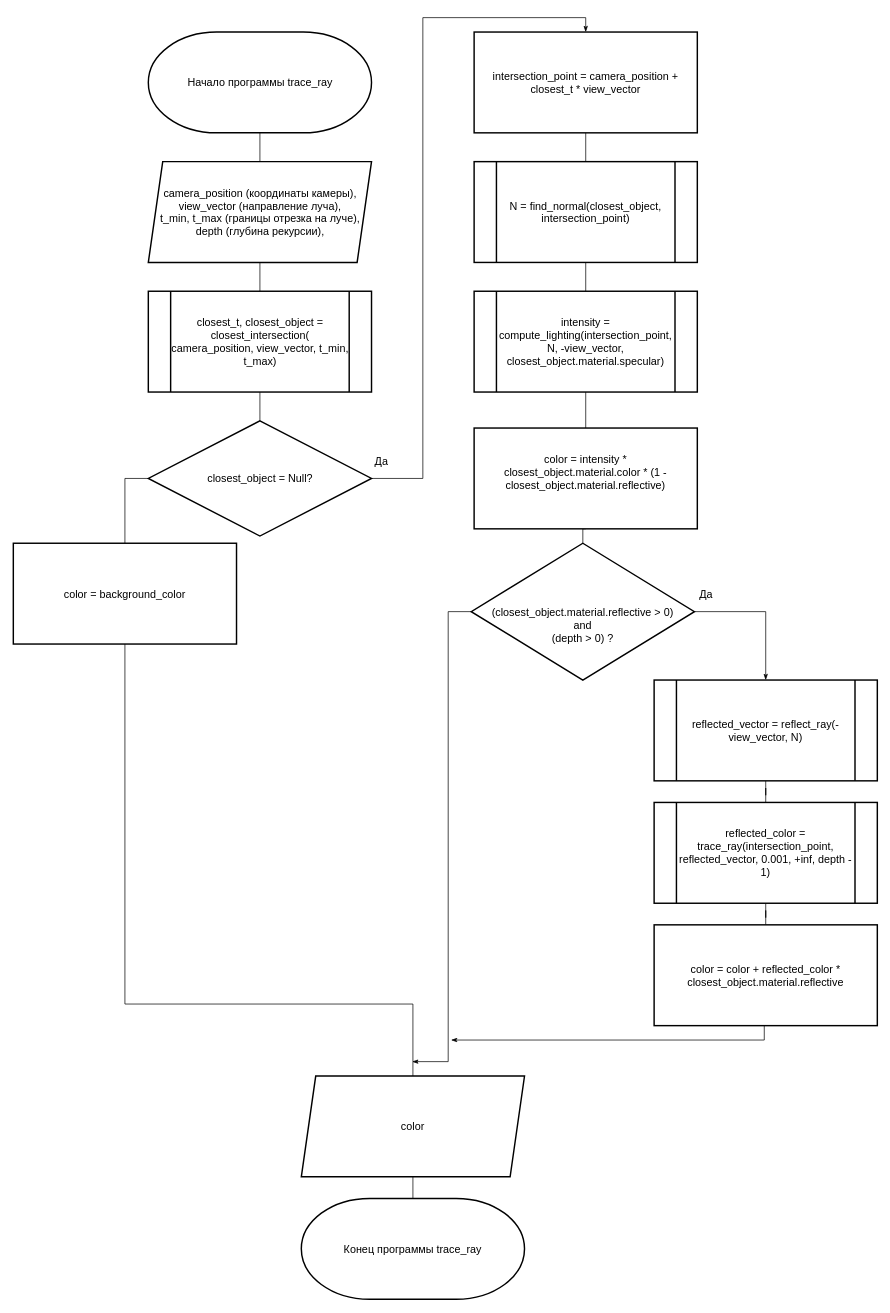
Earlier version of the draw.io diagram docs/Диаграмма трассировки новая.drawio (alena-zayts/BMSTU_5sem_computer_graphics_course_project). Source tidied: cells renumbered, new cells numbered last; positions are measured from the earlier drawing's top-left corner, leaving out a move shared by most shapes. Both pictures are drawn from the tidied source at 72%, with x=0, y=0 at pixel (13, 32).
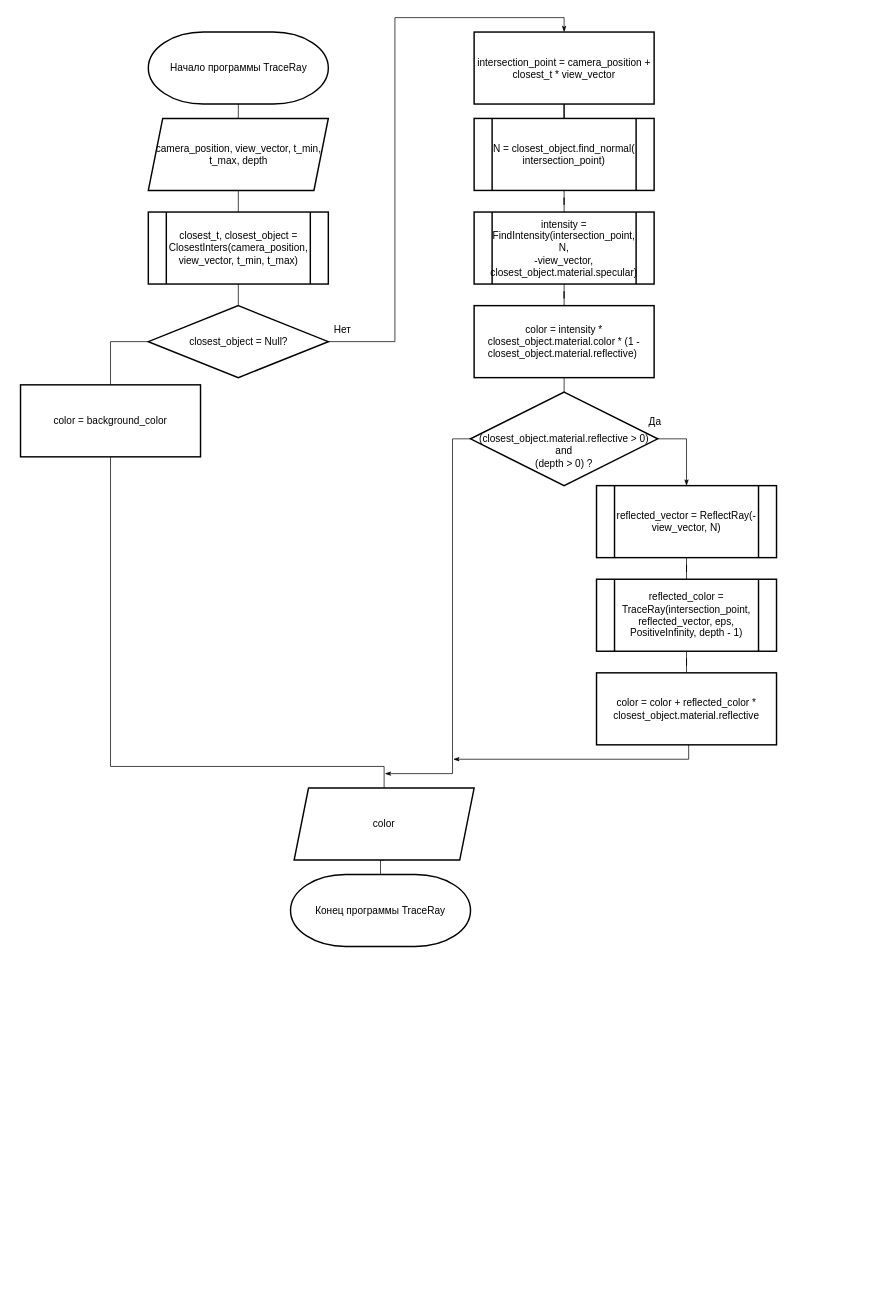
Above is the later version.

What changed in the source:
```diff
@@
-    <mxCell id="2" style="edgeStyle=orthogonalEdgeStyle;rounded=0;jettySize=auto;html=1;exitX=0.5;exitY=1;exitDx=0;exitDy=0;exitPerimeter=0;entryX=0.5;entryY=0;entryDx=0;entryDy=0;endArrow=none;endFill=0;" parent="1" edge="1" source="3" target="17">
+    <mxCell id="2" style="edgeStyle=orthogonalEdgeStyle;rounded=0;jettySize=auto;html=1;exitX=0.5;exitY=1;exitDx=0;exitDy=0;exitPerimeter=0;entryX=0.5;entryY=0;entryDx=0;entryDy=0;endArrow=none;endFill=0;fontSize=14;" parent="1" edge="1" source="3" target="17">
       <mxGeometry relative="1" as="geometry" />
     </mxCell>
-    <mxCell id="3" value="Начало программы trace_ray" style="strokeWidth=2;html=1;shape=mxgraph.flowchart.terminator;whiteSpace=wrap;fontSize=15;" parent="1" vertex="1">
-      <mxGeometry x="187.5" width="310" height="140" as="geometry" />
+    <mxCell id="3" value="Начало программы TraceRay" style="strokeWidth=2;html=1;shape=mxgraph.flowchart.terminator;whiteSpace=wrap;fontSize=14;" parent="1" vertex="1">
+      <mxGeometry x="187.5" width="250" height="100" as="geometry" />
     </mxCell>
-    <mxCell id="4" style="edgeStyle=orthogonalEdgeStyle;rounded=0;jettySize=auto;html=1;exitX=1;exitY=0.5;exitDx=0;exitDy=0;entryX=0.5;entryY=0;entryDx=0;entryDy=0;endArrow=classicThin;endFill=1;startArrow=none;startFill=0;" parent="1" edge="1" source="8" target="12">
-      <mxGeometry relative="1" as="geometry" />
+    <mxCell id="4" style="edgeStyle=orthogonalEdgeStyle;rounded=0;jettySize=auto;html=1;exitX=1;exitY=0.5;exitDx=0;exitDy=0;entryX=0.5;entryY=0;entryDx=0;entryDy=0;endArrow=classicThin;endFill=1;startArrow=none;startFill=0;fontSize=14;" parent="1" edge="1" source="8" target="12">
+      <mxGeometry relative="1" as="geometry">
+        <Array as="points">
+          <mxPoint x="530" y="430" />
+          <mxPoint x="530" y="-20" />
+          <mxPoint x="765" y="-20" />
+        </Array>
+      </mxGeometry>
     </mxCell>
-    <mxCell id="5" value="Да" style="edgeLabel;html=1;align=center;verticalAlign=middle;fontSize=15;" parent="4" vertex="1">
+    <mxCell id="5" value="Нет" style="edgeLabel;html=1;align=center;verticalAlign=middle;fontSize=14;" parent="4" vertex="1">
       <mxGeometry x="-0.56" y="1" relative="1" as="geometry">
-        <mxPoint x="-57.8" y="114.7" as="offset" />
+        <mxPoint x="-72.7" y="65.2" as="offset" />
       </mxGeometry>
     </mxCell>
-    <mxCell id="6" style="edgeStyle=orthogonalEdgeStyle;rounded=0;jettySize=auto;html=1;exitX=0;exitY=0.5;exitDx=0;exitDy=0;entryX=0.5;entryY=0;entryDx=0;entryDy=0;startArrow=none;startFill=0;endArrow=none;endFill=0;" parent="1" edge="1" source="8" target="10">
+    <mxCell id="6" style="edgeStyle=orthogonalEdgeStyle;rounded=0;jettySize=auto;html=1;exitX=0;exitY=0.5;exitDx=0;exitDy=0;entryX=0.5;entryY=0;entryDx=0;entryDy=0;startArrow=none;startFill=0;endArrow=none;endFill=0;fontSize=14;" parent="1" edge="1" source="8" target="10">
       <mxGeometry relative="1" as="geometry" />
     </mxCell>
-    <mxCell id="7" style="edgeStyle=orthogonalEdgeStyle;rounded=0;jettySize=auto;html=1;exitX=0.5;exitY=0;exitDx=0;exitDy=0;entryX=0.5;entryY=1;entryDx=0;entryDy=0;endArrow=none;endFill=0;" parent="1" edge="1" source="8" target="21">
+    <mxCell id="7" style="edgeStyle=orthogonalEdgeStyle;rounded=0;jettySize=auto;html=1;exitX=0.5;exitY=0;exitDx=0;exitDy=0;entryX=0.5;entryY=1;entryDx=0;entryDy=0;endArrow=none;endFill=0;fontSize=14;" parent="1" edge="1" source="8" target="21">
       <mxGeometry relative="1" as="geometry" />
     </mxCell>
-    <mxCell id="8" value="closest_object = Null?" style="rhombus;whiteSpace=wrap;html=1;strokeWidth=2;fontSize=15;" parent="1" vertex="1">
-      <mxGeometry x="187.5" y="540" width="310" height="160" as="geometry" />
+    <mxCell id="8" value="closest_object = Null?" style="rhombus;whiteSpace=wrap;html=1;strokeWidth=2;fontSize=14;" parent="1" vertex="1">
+      <mxGeometry x="187.5" y="380" width="250" height="100" as="geometry" />
     </mxCell>
-    <mxCell id="9" style="edgeStyle=orthogonalEdgeStyle;rounded=0;jettySize=auto;html=1;exitX=0.5;exitY=1;exitDx=0;exitDy=0;entryX=0.5;entryY=0;entryDx=0;entryDy=0;endArrow=none;endFill=0;fontSize=15;" parent="1" edge="1" target="19">
+    <mxCell id="9" style="edgeStyle=orthogonalEdgeStyle;rounded=0;jettySize=auto;html=1;exitX=0.5;exitY=1;exitDx=0;exitDy=0;entryX=0.5;entryY=0;entryDx=0;entryDy=0;endArrow=none;endFill=0;fontSize=14;" parent="1" edge="1" source="10" target="19">
       <mxGeometry relative="1" as="geometry">
-        <mxPoint x="155" y="800" as="sourcePoint" />
         <Array as="points">
-          <mxPoint x="155" y="1350" />
-          <mxPoint x="555" y="1350" />
+          <mxPoint x="135" y="1020" />
+          <mxPoint x="515" y="1020" />
         </Array>
       </mxGeometry>
     </mxCell>
-    <mxCell id="10" value="color = background_color" style="rounded=0;whiteSpace=wrap;html=1;strokeWidth=2;fontSize=15;" parent="1" vertex="1">
-      <mxGeometry y="710" width="310" height="140" as="geometry" />
+    <mxCell id="10" value="color = background_color" style="rounded=0;whiteSpace=wrap;html=1;strokeWidth=2;fontSize=14;" parent="1" vertex="1">
+      <mxGeometry x="10" y="490" width="250" height="100" as="geometry" />
     </mxCell>
-    <mxCell id="11" style="edgeStyle=orthogonalEdgeStyle;rounded=0;jettySize=auto;html=1;entryX=0.5;entryY=0;entryDx=0;entryDy=0;endArrow=none;endFill=0;fontSize=15;" parent="1" edge="1" source="12" target="23">
+    <mxCell id="11" style="edgeStyle=orthogonalEdgeStyle;rounded=0;jettySize=auto;html=1;entryX=0.5;entryY=0;entryDx=0;entryDy=0;endArrow=none;endFill=0;fontSize=14;" parent="1" edge="1" source="12" target="23">
       <mxGeometry relative="1" as="geometry" />
     </mxCell>
-    <mxCell id="12" value="intersection_point = camera_position + closest_t * view_vector" style="rounded=0;whiteSpace=wrap;html=1;strokeWidth=2;fontSize=15;" parent="1" vertex="1">
-      <mxGeometry x="640" width="310" height="140" as="geometry" />
+    <mxCell id="12" value="intersection_point = camera_position + closest_t * view_vector" style="rounded=0;whiteSpace=wrap;html=1;strokeWidth=2;fontSize=14;" parent="1" vertex="1">
+      <mxGeometry x="640" width="250" height="100" as="geometry" />
     </mxCell>
-    <mxCell id="13" style="edgeStyle=orthogonalEdgeStyle;rounded=0;jettySize=auto;html=1;exitX=0;exitY=0.5;exitDx=0;exitDy=0;endArrow=classicThin;endFill=1;fontSize=15;" parent="1" edge="1" source="14">
+    <mxCell id="13" style="edgeStyle=orthogonalEdgeStyle;rounded=0;orthogonalLoop=1;jettySize=auto;html=1;exitX=0;exitY=0.5;exitDx=0;exitDy=0;endArrow=classicThin;endFill=1;fontSize=14;" parent="1" edge="1">
       <mxGeometry relative="1" as="geometry">
-        <mxPoint x="554" y="1430" as="targetPoint" />
+        <mxPoint x="641" y="565" as="sourcePoint" />
+        <mxPoint x="516" y="1030" as="targetPoint" />
         <Array as="points">
-          <mxPoint x="604" y="805" />
-          <mxPoint x="604" y="1430" />
+          <mxPoint x="610" y="565" />
+          <mxPoint x="610" y="1030" />
         </Array>
       </mxGeometry>
     </mxCell>
-    <mxCell id="14" value="&lt;br&gt;&lt;br&gt;(closest_object.material.reflective &amp;gt; 0) &lt;br&gt;and&lt;br&gt;(depth &amp;gt; 0) ?" style="rhombus;whiteSpace=wrap;html=1;strokeWidth=2;fontSize=15;" parent="1" vertex="1">
-      <mxGeometry x="636" y="710" width="310" height="190" as="geometry" />
+    <mxCell id="14" value="&lt;br style=&quot;font-size: 14px;&quot;&gt;&lt;br style=&quot;font-size: 14px;&quot;&gt;(closest_object.material.reflective &amp;gt; 0) &lt;br style=&quot;font-size: 14px;&quot;&gt;and&lt;br style=&quot;font-size: 14px;&quot;&gt;(depth &amp;gt; 0) ?" style="rhombus;whiteSpace=wrap;html=1;strokeWidth=2;fontSize=14;" parent="1" vertex="1">
+      <mxGeometry x="635" y="500" width="260" height="130" as="geometry" />
     </mxCell>
-    <mxCell id="15" style="edgeStyle=orthogonalEdgeStyle;rounded=0;orthogonalLoop=1;jettySize=auto;html=1;exitX=0.5;exitY=1;exitDx=0;exitDy=0;startArrow=none;startFill=0;endArrow=classicThin;endFill=1;" parent="1" edge="1">
+    <mxCell id="15" style="edgeStyle=orthogonalEdgeStyle;rounded=0;orthogonalLoop=1;jettySize=auto;html=1;exitX=0.5;exitY=1;exitDx=0;exitDy=0;startArrow=none;startFill=0;endArrow=classicThin;endFill=1;fontSize=14;" parent="1" edge="1">
       <mxGeometry relative="1" as="geometry">
-        <mxPoint x="1043" y="1360" as="sourcePoint" />
-        <mxPoint x="608" y="1400" as="targetPoint" />
+        <mxPoint x="938" y="990" as="sourcePoint" />
+        <mxPoint x="611" y="1010" as="targetPoint" />
         <Array as="points">
-          <mxPoint x="1043" y="1400" />
-          <mxPoint x="608" y="1400" />
+          <mxPoint x="938" y="1010" />
+          <mxPoint x="611" y="1010" />
         </Array>
       </mxGeometry>
     </mxCell>
-    <mxCell id="16" value="Конец программы trace_ray" style="strokeWidth=2;html=1;shape=mxgraph.flowchart.terminator;whiteSpace=wrap;fontSize=15;" parent="1" vertex="1">
-      <mxGeometry x="400" y="1620" width="310" height="140" as="geometry" />
+    <mxCell id="16" value="Конец программы TraceRay" style="strokeWidth=2;html=1;shape=mxgraph.flowchart.terminator;whiteSpace=wrap;fontSize=14;" parent="1" vertex="1">
+      <mxGeometry x="385" y="1170" width="250" height="100" as="geometry" />
     </mxCell>
-    <mxCell id="17" value="camera_position (координаты камеры),&lt;br style=&quot;font-size: 15px;&quot;&gt;view_vector (направление луча), &lt;br style=&quot;font-size: 15px;&quot;&gt;t_min, t_max (границы отрезка на луче),&lt;br style=&quot;font-size: 15px;&quot;&gt;depth (глубина рекурсии), " style="shape=parallelogram;perimeter=parallelogramPerimeter;whiteSpace=wrap;html=1;fixedSize=1;strokeWidth=2;fontSize=15;" parent="1" vertex="1">
-      <mxGeometry x="187.5" y="180" width="310" height="140" as="geometry" />
+    <mxCell id="17" value="camera_position, view_vector, t_min, t_max,&amp;nbsp;depth" style="shape=parallelogram;perimeter=parallelogramPerimeter;whiteSpace=wrap;html=1;fixedSize=1;strokeWidth=2;fontSize=14;" parent="1" vertex="1">
+      <mxGeometry x="187.5" y="120" width="250" height="100" as="geometry" />
     </mxCell>
-    <mxCell id="18" style="edgeStyle=orthogonalEdgeStyle;rounded=0;jettySize=auto;html=1;exitX=0.5;exitY=1;exitDx=0;exitDy=0;entryX=0.5;entryY=0;entryDx=0;entryDy=0;entryPerimeter=0;endArrow=none;endFill=0;fontSize=15;" parent="1" edge="1" source="19" target="16">
+    <mxCell id="18" style="edgeStyle=orthogonalEdgeStyle;rounded=0;jettySize=auto;html=1;exitX=0.5;exitY=1;exitDx=0;exitDy=0;entryX=0.5;entryY=0;entryDx=0;entryDy=0;entryPerimeter=0;endArrow=none;endFill=0;fontSize=14;" parent="1" edge="1" source="19" target="16">
       <mxGeometry relative="1" as="geometry" />
     </mxCell>
-    <mxCell id="19" value="color" style="shape=parallelogram;perimeter=parallelogramPerimeter;whiteSpace=wrap;html=1;fixedSize=1;strokeWidth=2;fontSize=15;" parent="1" vertex="1">
-      <mxGeometry x="400" y="1450" width="310" height="140" as="geometry" />
+    <mxCell id="19" value="color" style="shape=parallelogram;perimeter=parallelogramPerimeter;whiteSpace=wrap;html=1;fixedSize=1;strokeWidth=2;fontSize=14;" parent="1" vertex="1">
+      <mxGeometry x="390" y="1050" width="250" height="100" as="geometry" />
     </mxCell>
-    <mxCell id="20" style="edgeStyle=orthogonalEdgeStyle;rounded=0;jettySize=auto;html=1;exitX=0.5;exitY=0;exitDx=0;exitDy=0;entryX=0.5;entryY=1;entryDx=0;entryDy=0;endArrow=none;endFill=0;" parent="1" edge="1" source="21" target="17">
+    <mxCell id="20" style="edgeStyle=orthogonalEdgeStyle;rounded=0;jettySize=auto;html=1;exitX=0.5;exitY=0;exitDx=0;exitDy=0;entryX=0.5;entryY=1;entryDx=0;entryDy=0;endArrow=none;endFill=0;fontSize=14;" parent="1" edge="1" source="21" target="17">
       <mxGeometry relative="1" as="geometry" />
     </mxCell>
-    <mxCell id="21" value="&lt;span style=&quot;font-size: 15px&quot;&gt;closest_t, closest_object = closest_intersection(&lt;br&gt;&lt;/span&gt;camera_position, view_vector, t_min, t_max)" style="shape=process;whiteSpace=wrap;html=1;backgroundOutline=1;strokeWidth=2;fontSize=15;" parent="1" vertex="1">
-      <mxGeometry x="187.5" y="360" width="310" height="140" as="geometry" />
+    <mxCell id="21" value="&lt;span style=&quot;font-size: 14px&quot;&gt;closest_t, closest_object = ClosestInters(&lt;/span&gt;camera_position, view_vector, t_min, t_max)" style="shape=process;whiteSpace=wrap;html=1;backgroundOutline=1;strokeWidth=2;fontSize=14;" parent="1" vertex="1">
+      <mxGeometry x="187.5" y="250" width="250" height="100" as="geometry" />
     </mxCell>
-    <mxCell id="22" style="edgeStyle=orthogonalEdgeStyle;rounded=0;jettySize=auto;html=1;endArrow=none;endFill=0;fontSize=15;" parent="1" edge="1" source="23" target="25">
+    <mxCell id="22" style="edgeStyle=orthogonalEdgeStyle;rounded=0;jettySize=auto;html=1;endArrow=none;endFill=0;fontSize=14;" parent="1" edge="1" source="23" target="25">
       <mxGeometry relative="1" as="geometry" />
     </mxCell>
-    <mxCell id="23" value="N = find_normal(closest_object, intersection_point)" style="shape=process;whiteSpace=wrap;html=1;backgroundOutline=1;strokeWidth=2;fontSize=15;" parent="1" vertex="1">
-      <mxGeometry x="640" y="180" width="310" height="140" as="geometry" />
+    <mxCell id="23" value="N = closest_object.find_normal(&lt;br&gt;intersection_point)" style="shape=process;whiteSpace=wrap;html=1;backgroundOutline=1;strokeWidth=2;fontSize=14;" parent="1" vertex="1">
+      <mxGeometry x="640" y="120" width="250" height="100" as="geometry" />
     </mxCell>
-    <mxCell id="24" style="edgeStyle=orthogonalEdgeStyle;rounded=0;jettySize=auto;html=1;endArrow=none;endFill=0;fontSize=15;" parent="1" edge="1" source="25" target="27">
+    <mxCell id="24" style="edgeStyle=orthogonalEdgeStyle;rounded=0;jettySize=auto;html=1;endArrow=none;endFill=0;fontSize=14;" parent="1" edge="1" source="25" target="27">
       <mxGeometry relative="1" as="geometry" />
     </mxCell>
-    <mxCell id="25" value="intensity = compute_lighting(intersection_point, N, -view_vector, closest_object.material.specular)" style="shape=process;whiteSpace=wrap;html=1;backgroundOutline=1;strokeWidth=2;fontSize=15;" parent="1" vertex="1">
-      <mxGeometry x="640" y="360" width="310" height="140" as="geometry" />
+    <mxCell id="25" value="intensity = FindIntensity(intersection_point, N, &lt;br&gt;-view_vector, closest_object.material.specular)" style="shape=process;whiteSpace=wrap;html=1;backgroundOutline=1;strokeWidth=2;fontSize=14;" parent="1" vertex="1">
+      <mxGeometry x="640" y="250" width="250" height="100" as="geometry" />
     </mxCell>
-    <mxCell id="26" style="edgeStyle=orthogonalEdgeStyle;rounded=0;jettySize=auto;html=1;exitX=0.5;exitY=1;exitDx=0;exitDy=0;entryX=0.5;entryY=0;entryDx=0;entryDy=0;endArrow=none;endFill=0;fontSize=15;" parent="1" edge="1" source="27" target="14">
+    <mxCell id="26" style="edgeStyle=orthogonalEdgeStyle;rounded=0;jettySize=auto;html=1;exitX=0.5;exitY=1;exitDx=0;exitDy=0;entryX=0.5;entryY=0;entryDx=0;entryDy=0;endArrow=none;endFill=0;fontSize=14;" parent="1" edge="1" source="27" target="14">
       <mxGeometry relative="1" as="geometry" />
     </mxCell>
-    <mxCell id="27" value="color = intensity * closest_object.material.color * (1 - closest_object.material.reflective)&lt;br style=&quot;font-size: 15px;&quot;&gt;&amp;nbsp;" style="rounded=0;whiteSpace=wrap;html=1;strokeWidth=2;fontSize=15;" parent="1" vertex="1">
-      <mxGeometry x="640" y="550" width="310" height="140" as="geometry" />
+    <mxCell id="27" value="color = intensity * closest_object.material.color * (1 - closest_object.material.reflective)&amp;nbsp;" style="rounded=0;whiteSpace=wrap;html=1;strokeWidth=2;fontSize=14;" parent="1" vertex="1">
+      <mxGeometry x="640" y="380" width="250" height="100" as="geometry" />
     </mxCell>
-    <mxCell id="28" style="edgeStyle=orthogonalEdgeStyle;rounded=0;jettySize=auto;html=1;endArrow=none;endFill=0;fontSize=15;" parent="1" edge="1" source="29" target="31">
+    <mxCell id="28" style="edgeStyle=orthogonalEdgeStyle;rounded=0;jettySize=auto;html=1;endArrow=none;endFill=0;fontSize=14;" parent="1" edge="1" source="29" target="31">
       <mxGeometry relative="1" as="geometry" />
     </mxCell>
-    <mxCell id="29" value="reflected_vector = reflect_ray(-view_vector, N)" style="shape=process;whiteSpace=wrap;html=1;backgroundOutline=1;strokeWidth=2;fontSize=15;" parent="1" vertex="1">
-      <mxGeometry x="890" y="900" width="310" height="140" as="geometry" />
+    <mxCell id="29" value="reflected_vector = ReflectRay(-view_vector, N)" style="shape=process;whiteSpace=wrap;html=1;backgroundOutline=1;strokeWidth=2;fontSize=14;" parent="1" vertex="1">
+      <mxGeometry x="810" y="630" width="250" height="100" as="geometry" />
     </mxCell>
-    <mxCell id="30" style="edgeStyle=orthogonalEdgeStyle;rounded=0;jettySize=auto;html=1;entryX=0.5;entryY=0;entryDx=0;entryDy=0;endArrow=none;endFill=0;fontSize=15;" parent="1" edge="1" source="31" target="32">
+    <mxCell id="30" style="edgeStyle=orthogonalEdgeStyle;rounded=0;jettySize=auto;html=1;entryX=0.5;entryY=0;entryDx=0;entryDy=0;endArrow=none;endFill=0;fontSize=14;" parent="1" edge="1" source="31" target="32">
       <mxGeometry relative="1" as="geometry" />
     </mxCell>
-    <mxCell id="31" value="reflected_color = trace_ray(intersection_point, reflected_vector, 0.001, +inf, depth - 1)" style="shape=process;whiteSpace=wrap;html=1;backgroundOutline=1;strokeWidth=2;fontSize=15;" parent="1" vertex="1">
-      <mxGeometry x="890" y="1070" width="310" height="140" as="geometry" />
+    <mxCell id="31" value="reflected_color = TraceRay(intersection_point, reflected_vector, eps, PositiveInfinity, depth - 1)" style="shape=process;whiteSpace=wrap;html=1;backgroundOutline=1;strokeWidth=2;fontSize=14;" parent="1" vertex="1">
+      <mxGeometry x="810" y="760" width="250" height="100" as="geometry" />
     </mxCell>
-    <mxCell id="32" value="color = color + reflected_color * closest_object.material.reflective" style="rounded=0;whiteSpace=wrap;html=1;strokeWidth=2;fontSize=15;" parent="1" vertex="1">
-      <mxGeometry x="890" y="1240" width="310" height="140" as="geometry" />
+    <mxCell id="32" value="color = color + reflected_color * closest_object.material.reflective" style="rounded=0;whiteSpace=wrap;html=1;strokeWidth=2;fontSize=14;" parent="1" vertex="1">
+      <mxGeometry x="810" y="890" width="250" height="100" as="geometry" />
     </mxCell>
-    <mxCell id="33" style="edgeStyle=orthogonalEdgeStyle;rounded=0;jettySize=auto;html=1;exitX=1;exitY=0.5;exitDx=0;exitDy=0;entryX=0.5;entryY=0;entryDx=0;entryDy=0;endArrow=classicThin;endFill=1;startArrow=none;startFill=0;" parent="1" edge="1" source="14" target="29">
+    <mxCell id="33" style="edgeStyle=orthogonalEdgeStyle;rounded=0;jettySize=auto;html=1;exitX=1;exitY=0.5;exitDx=0;exitDy=0;entryX=0.5;entryY=0;entryDx=0;entryDy=0;endArrow=classicThin;endFill=1;startArrow=none;startFill=0;fontSize=14;" parent="1" edge="1" source="14" target="29">
       <mxGeometry relative="1" as="geometry" />
     </mxCell>
-    <mxCell id="34" value="Да" style="edgeLabel;html=1;align=center;verticalAlign=middle;fontSize=15;" parent="33" vertex="1">
+    <mxCell id="34" value="Да" style="edgeLabel;html=1;align=center;verticalAlign=middle;fontSize=14;" parent="33" vertex="1">
       <mxGeometry x="-0.56" y="1" relative="1" as="geometry">
         <mxPoint x="-28" y="-24" as="offset" />
       </mxGeometry>
     </mxCell>
```
